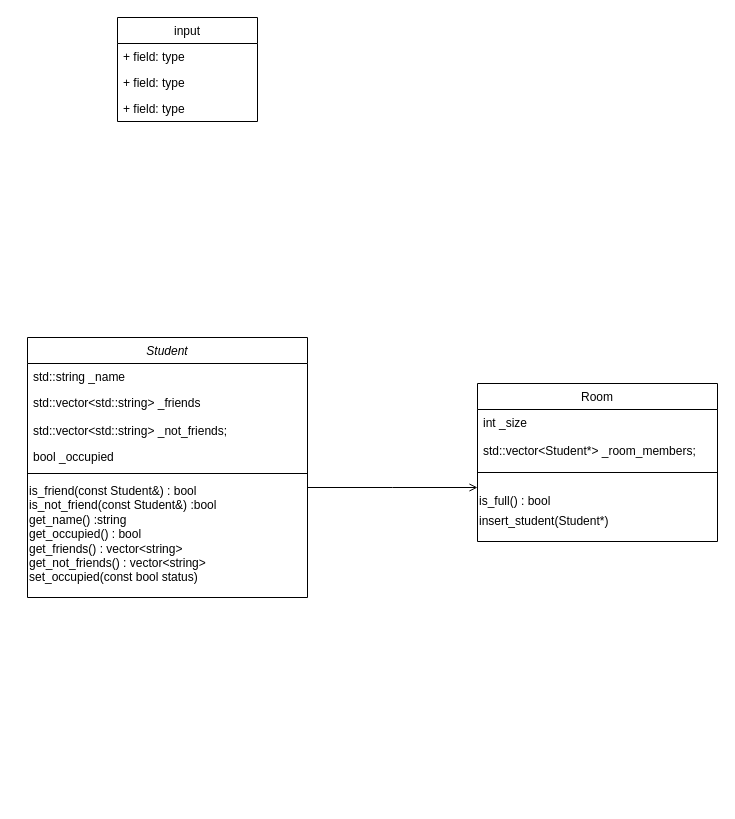
Earlier version of the draw.io diagram sort_students_to_rooms_uml.drawio (dvircoh/sort_students_to_rooms). Source tidied: cells renumbered, new cells numbered last; positions are measured from the earlier drawing's top-left corner, leaving out a move shared by most shapes. Both pictures are drawn from the tidied source at 100%, with x=0, y=0 at pixel (27, 17).
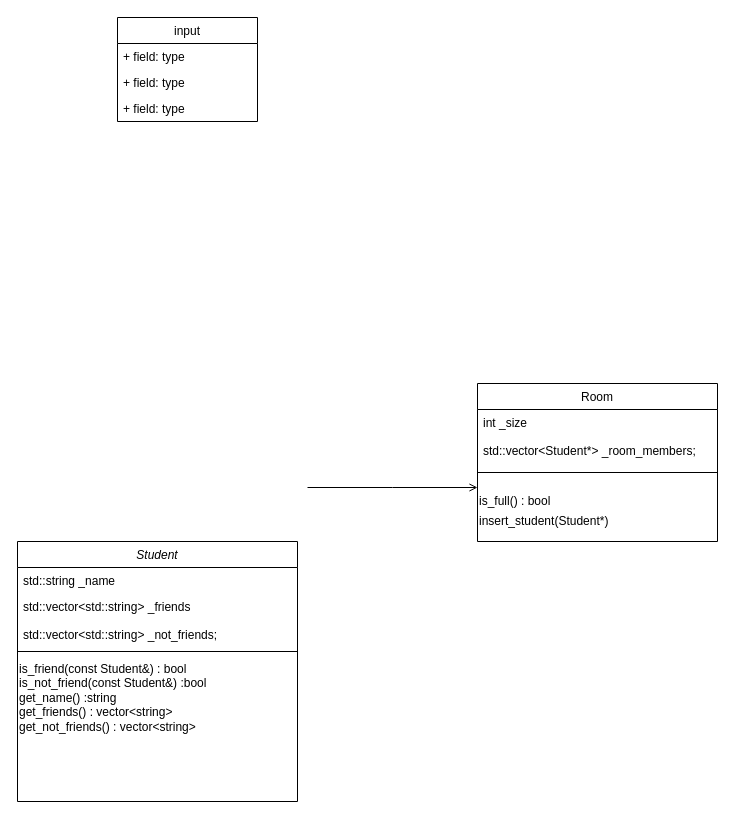
The same page after the edit.

Change to the diagram source:
```diff
@@
 <mxGraphModel>
   <root>
     <mxCell id="0" />
     <mxCell id="1" parent="0" />
     <mxCell id="2" value="Student" style="swimlane;fontStyle=2;align=center;verticalAlign=top;horizontal=1;startSize=26;rounded=0;shadow=0;strokeWidth=1;" parent="1" vertex="1">
-      <mxGeometry y="320" width="280" height="260" as="geometry" />
+      <mxGeometry x="-10" y="524" width="280" height="260" as="geometry" />
     </mxCell>
     <mxCell id="3" value="std::string _name" style="text;align=left;verticalAlign=top;spacingLeft=4;spacingRight=4;overflow=hidden;" parent="2" vertex="1">
       <mxGeometry y="26" width="280" height="26" as="geometry" />
     </mxCell>
     <mxCell id="4" value="std::vector&lt;std::string&gt; _friends" style="text;align=left;verticalAlign=top;spacingLeft=4;spacingRight=4;overflow=hidden;rounded=0;shadow=0;html=0;" parent="2" vertex="1">
       <mxGeometry y="52" width="280" height="28" as="geometry" />
     </mxCell>
     <mxCell id="5" value="std::vector&lt;std::string&gt; _not_friends;" style="text;align=left;verticalAlign=top;spacingLeft=4;spacingRight=4;overflow=hidden;rounded=0;shadow=0;html=0;" parent="2" vertex="1">
       <mxGeometry y="80" width="280" height="26" as="geometry" />
     </mxCell>
-    <mxCell id="6" value="bool _occupied" style="text;align=left;verticalAlign=top;spacingLeft=4;spacingRight=4;overflow=hidden;" parent="2" vertex="1">
-      <mxGeometry y="106" width="280" height="26" as="geometry" />
-    </mxCell>
     <mxCell id="7" style="line;html=1;strokeWidth=1;align=left;verticalAlign=middle;spacingTop=-1;spacingLeft=3;spacingRight=3;labelPosition=right;" parent="2" vertex="1">
-      <mxGeometry y="132" width="280" height="8" as="geometry" />
+      <mxGeometry y="106" width="280" height="8" as="geometry" />
     </mxCell>
-    <mxCell id="8" value="is_friend(const Student&amp;amp;) : bool&lt;br&gt;is_not_friend(const Student&amp;amp;) :bool&lt;br&gt;get_name() :string&lt;br&gt;get_occupied() : bool&lt;br&gt;get_friends() : vector&amp;lt;string&amp;gt;&lt;br&gt;get_not_friends() : vector&amp;lt;string&amp;gt;&lt;br&gt;set_occupied(const bool status)" style="text;html=1;strokeColor=none;fillColor=none;align=left;verticalAlign=top;whiteSpace=wrap;rounded=0;" parent="2" vertex="1">
-      <mxGeometry y="140" width="280" height="120" as="geometry" />
+    <mxCell id="8" value="is_friend(const Student&amp;amp;) : bool&lt;br&gt;is_not_friend(const Student&amp;amp;) :bool&lt;br&gt;get_name() :string&lt;br&gt;get_friends() : vector&amp;lt;string&amp;gt;&lt;br&gt;get_not_friends() : vector&amp;lt;string&amp;gt;&lt;br&gt;" style="text;html=1;strokeColor=none;fillColor=none;align=left;verticalAlign=top;whiteSpace=wrap;rounded=0;" parent="2" vertex="1">
+      <mxGeometry y="114" width="280" height="120" as="geometry" />
     </mxCell>
     <mxCell id="9" value="Room" style="swimlane;fontStyle=0;align=center;verticalAlign=top;horizontal=1;startSize=26;rounded=0;shadow=0;strokeWidth=1;" parent="1" vertex="1">
       <mxGeometry x="450" y="366" width="240" height="158" as="geometry" />
     </mxCell>
     <mxCell id="10" value="&#9;int _size&#10;&#10;std::vector&lt;Student*&gt; _room_members;&#10;" style="text;align=left;verticalAlign=top;spacingLeft=4;spacingRight=4;overflow=hidden;rounded=0;shadow=0;html=0;" parent="9" vertex="1">
       <mxGeometry y="26" width="240" height="44" as="geometry" />
     </mxCell>
     <mxCell id="11" style="line;html=1;strokeWidth=1;align=left;verticalAlign=middle;spacingTop=-1;spacingLeft=3;spacingRight=3;labelPosition=right;points=[];portConstraint=eastwest;" parent="9" vertex="1">
       <mxGeometry y="70" width="240" height="38" as="geometry" />
     </mxCell>
     <mxCell id="12" value="is_full() : bool" style="text;html=1;align=left;verticalAlign=middle;strokeColor=none;" parent="9" vertex="1">
       <mxGeometry y="108" width="240" height="20" as="geometry" />
     </mxCell>
     <mxCell id="13" value="insert_student(Student*)&amp;nbsp;" style="text;html=1;align=left;verticalAlign=middle;strokeColor=none;" parent="9" vertex="1">
       <mxGeometry y="128" width="240" height="20" as="geometry" />
     </mxCell>
     <mxCell id="14" style="endArrow=open;shadow=0;strokeWidth=1;rounded=0;endFill=1;edgeStyle=elbowEdgeStyle;elbow=vertical;" parent="1" edge="1" target="11">
       <mxGeometry x="0.5" y="41" relative="1" as="geometry">
         <mxPoint x="280" y="470" as="sourcePoint" />
         <mxPoint x="-40" y="32" as="offset" />
       </mxGeometry>
     </mxCell>
     <mxCell id="15" value="input" style="swimlane;fontStyle=0;horizontal=1;startSize=26;fillColor=none;align=center;" parent="1" vertex="1">
       <mxGeometry x="90" width="140" height="104" as="geometry" />
     </mxCell>
     <mxCell id="16" value="+ field: type" style="text;strokeColor=none;fillColor=none;align=left;verticalAlign=top;spacingLeft=4;spacingRight=4;overflow=hidden;" parent="15" vertex="1">
       <mxGeometry y="26" width="140" height="26" as="geometry" />
     </mxCell>
     <mxCell id="17" value="+ field: type" style="text;strokeColor=none;fillColor=none;align=left;verticalAlign=top;spacingLeft=4;spacingRight=4;overflow=hidden;" parent="15" vertex="1">
       <mxGeometry y="52" width="140" height="26" as="geometry" />
     </mxCell>
     <mxCell id="18" value="+ field: type" style="text;strokeColor=none;fillColor=none;align=left;verticalAlign=top;spacingLeft=4;spacingRight=4;overflow=hidden;" parent="15" vertex="1">
       <mxGeometry y="78" width="140" height="26" as="geometry" />
     </mxCell>
   </root>
 </mxGraphModel>
```
